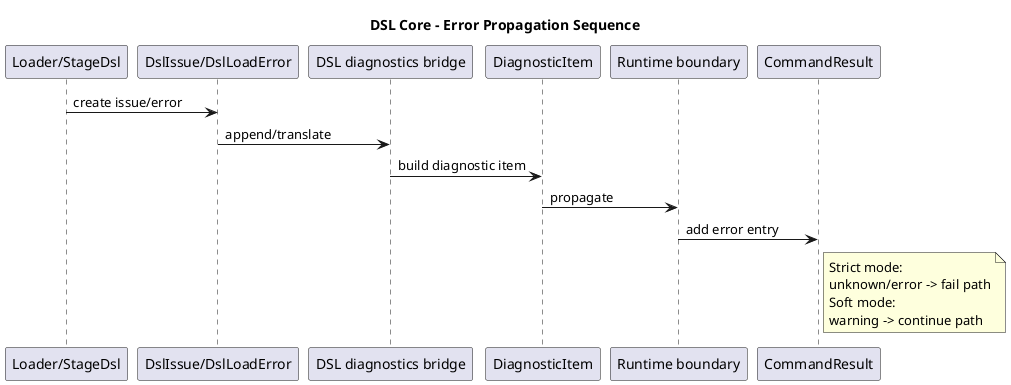
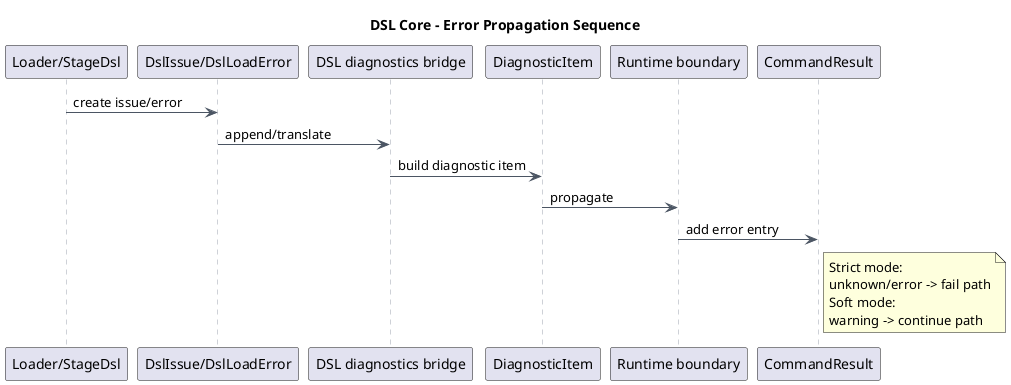
@startuml
title DSL Core - Error Propagation Sequence

+ skinparam backgroundColor white
skinparam defaultFontName Arial
skinparam linetype ortho
+ skinparam sequence {
+   ArrowColor #4b5563
+   LifeLineBorderColor #9ca3af
+ }

participant "Loader/StageDsl" as Dsl
participant "DslIssue/DslLoadError" as Issues
participant "DSL diagnostics bridge" as Bridge
participant "DiagnosticItem" as Diagnostic
participant "Runtime boundary" as Boundary
participant "CommandResult" as Result

Dsl -> Issues: create issue/error
Issues -> Bridge: append/translate
Bridge -> Diagnostic: build diagnostic item
Diagnostic -> Boundary: propagate
Boundary -> Result: add error entry

note right of Result
Strict mode:
unknown/error -> fail path
Soft mode:
warning -> continue path
end note

@enduml
